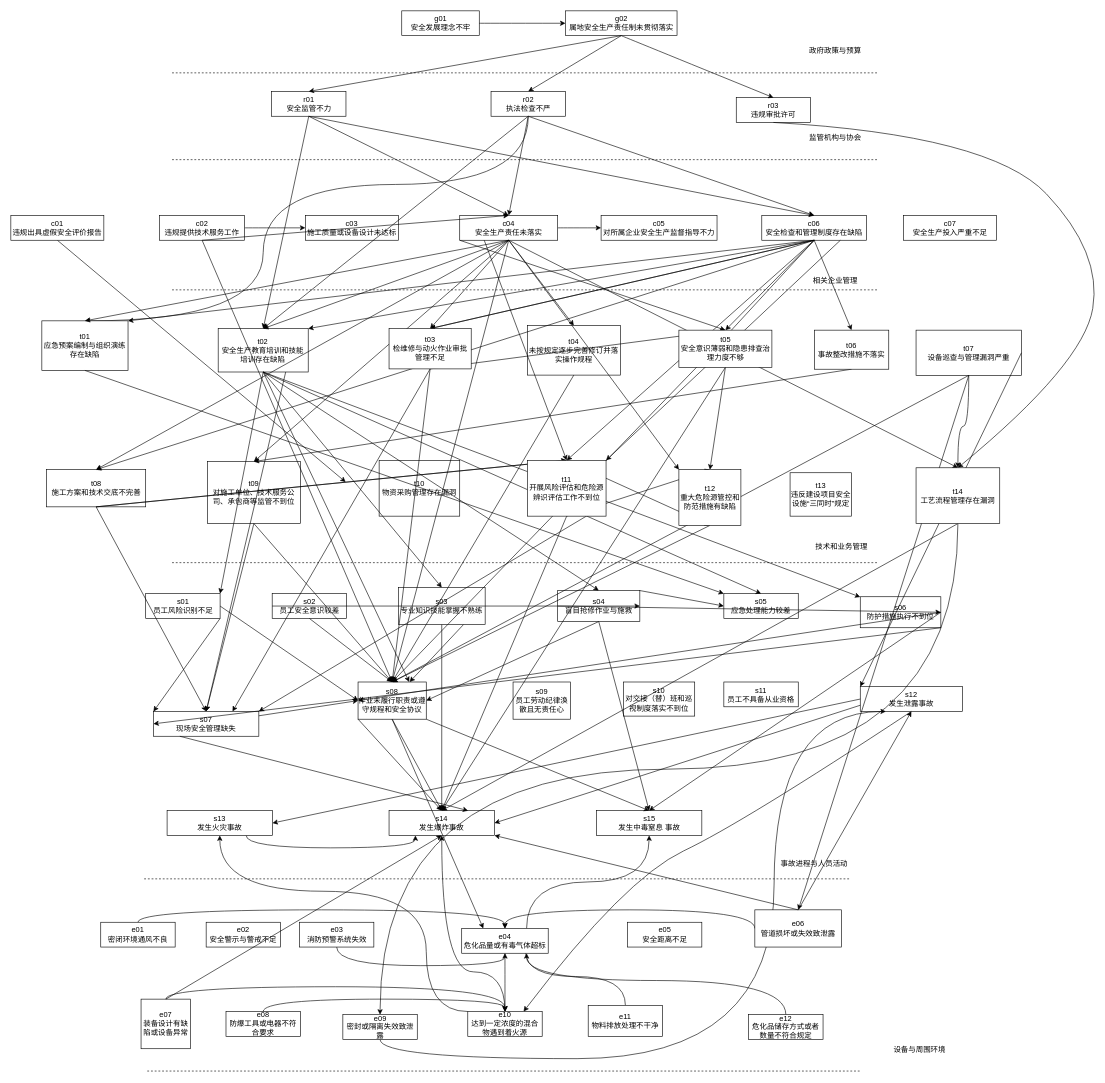
Earlier version of the draw.io diagram 剔除次数少于5.drawio (fangjiarong/docs). Source tidied: cells renumbered, new cells numbered last; positions are measured from the earlier drawing's top-left corner, leaving out a move shared by most shapes. Both pictures are drawn from the tidied source at 62%, with x=0, y=0 at pixel (11, 11).
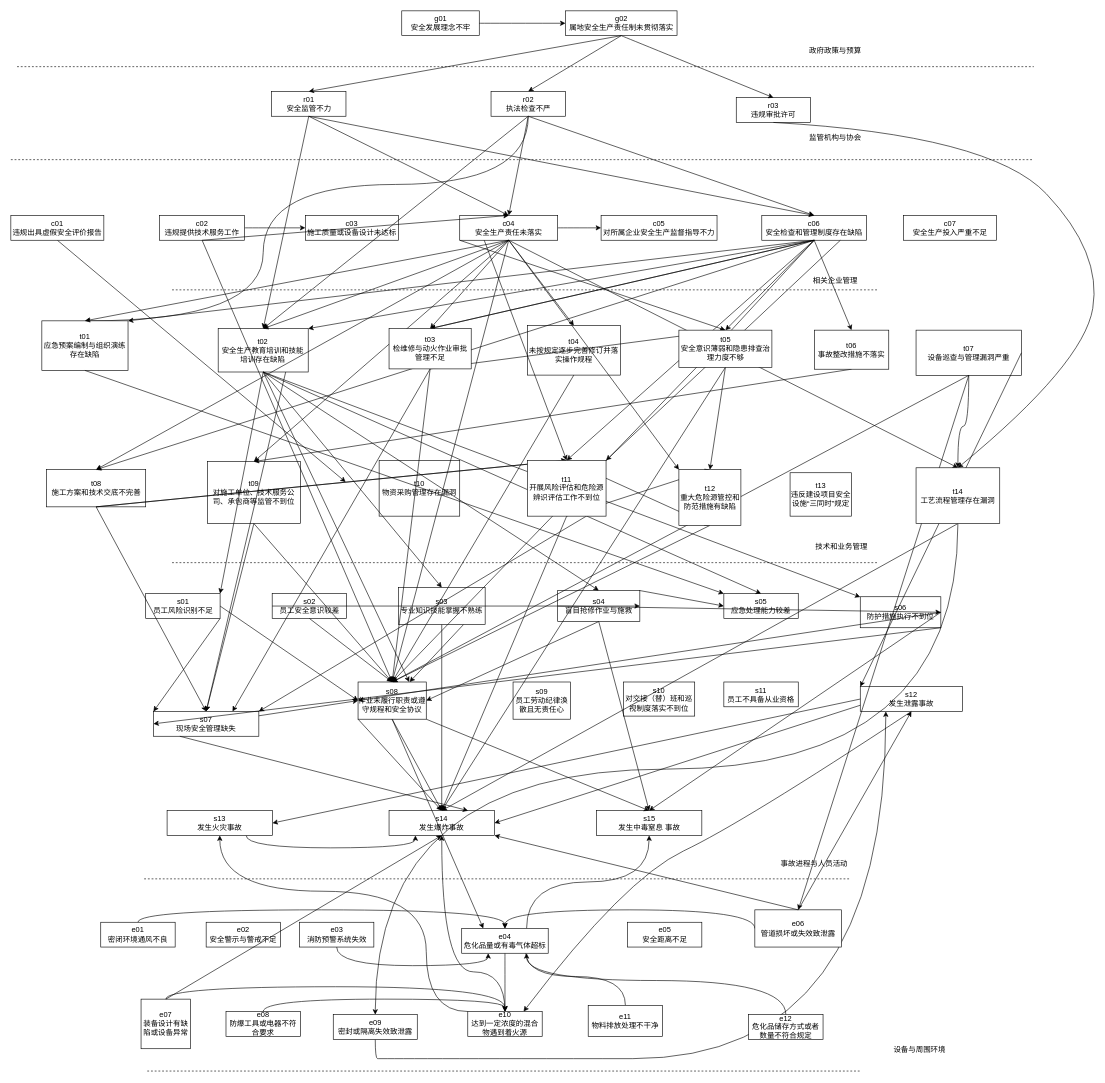
Above is the later version.

Commit message (it also covers changes not shown here):
更新剔除次数少于5.drawio

The change refers to these unchanged cells:
```xml
<mxCell id="57" value="e03&lt;br&gt;消防预警系统失效" style="rounded=0;whiteSpace=wrap;html=1;" parent="1" vertex="1">
  <mxGeometry x="465.5" y="1470" width="120" height="40" as="geometry" />
</mxCell>
<mxCell id="160" value="e04&lt;br&gt;危化品量或有毒气体超标" style="rounded=0;whiteSpace=wrap;html=1;" parent="1" vertex="1">
  <mxGeometry x="727.2" y="1480" width="139.5" height="40" as="geometry" />
</mxCell>
```

The edit, as a diff of the source:
```diff
@@
     <mxCell id="50" value="e09&lt;br&gt;密封或隔离失效致泄露" style="rounded=0;whiteSpace=wrap;html=1;" parent="1" vertex="1">
-      <mxGeometry x="535.5" y="1619" width="120" height="40" as="geometry" />
+      <mxGeometry x="520" y="1619" width="135.5" height="40" as="geometry" />
     </mxCell>
@@
-    <mxCell id="56" style="edgeStyle=orthogonalEdgeStyle;curved=1;rounded=0;jettySize=auto;html=1;exitX=0.5;exitY=1;exitDx=0;exitDy=0;entryX=0.5;entryY=1;entryDx=0;entryDy=0;" parent="1" edge="1" source="57" target="160">
+    <mxCell id="56" style="edgeStyle=orthogonalEdgeStyle;curved=1;rounded=0;jettySize=auto;html=1;exitX=0.5;exitY=1;exitDx=0;exitDy=0;entryX=0.306;entryY=1;entryDx=0;entryDy=0;entryPerimeter=0;" parent="1" edge="1" source="57" target="160">
       <mxGeometry relative="1" as="geometry" />
     </mxCell>
@@
     <mxCell id="74" style="endArrow=none;dashed=1;html=1;rounded=0;" parent="1" edge="1">
       <mxGeometry relative="1" as="geometry">
-        <mxPoint x="260" y="100" as="sourcePoint" />
-        <mxPoint x="1400" y="100" as="targetPoint" />
+        <mxPoint x="10" y="90" as="sourcePoint" />
+        <mxPoint x="1650" y="90" as="targetPoint" />
       </mxGeometry>
     </mxCell>
     <mxCell id="75" style="endArrow=none;dashed=1;html=1;rounded=0;" parent="1" edge="1">
       <mxGeometry relative="1" as="geometry">
-        <mxPoint x="260" y="240" as="sourcePoint" />
-        <mxPoint x="1400" y="240" as="targetPoint" />
+        <mxPoint y="240" as="sourcePoint" />
+        <mxPoint x="1650" y="240" as="targetPoint" />
       </mxGeometry>
     </mxCell>
```
